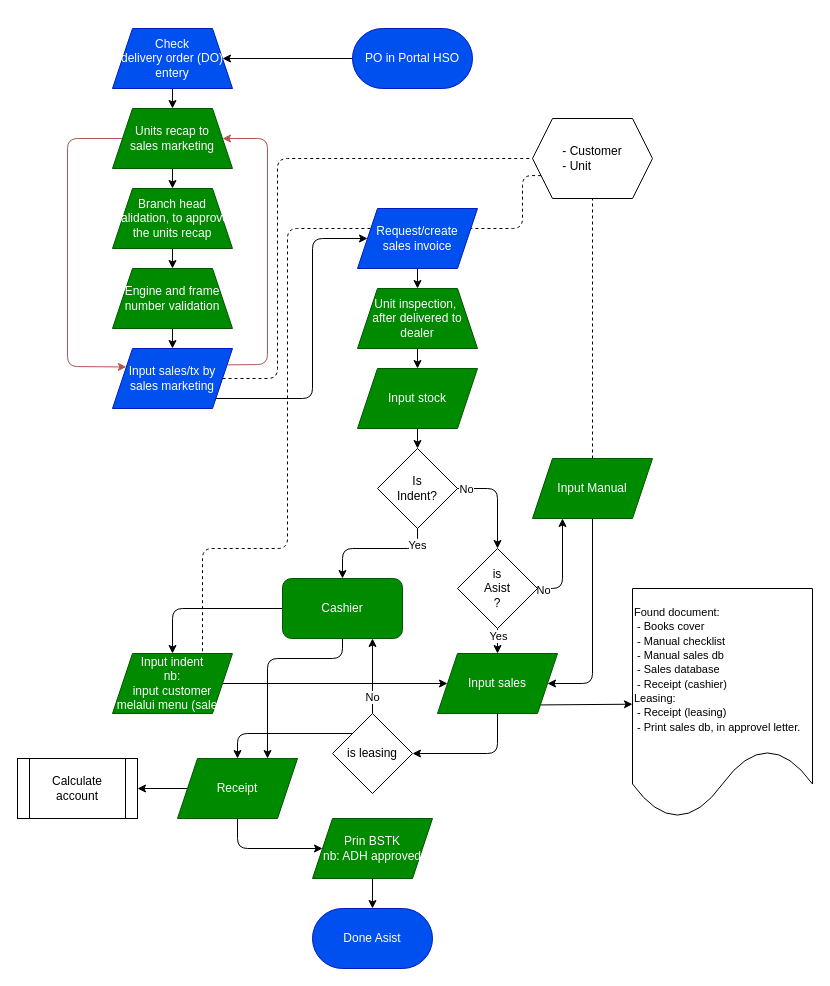
The draw.io diagram page "BSTK" (1 of 3) of flowDiagram.drawio in hondaprimadev/Honda-Prima, before the edit. Source tidied: cells renumbered, new cells numbered last; positions are measured from the earlier drawing's top-left corner, leaving out a move shared by most shapes. Both pictures are drawn from the tidied source at 100%, with x=0, y=0 at pixel (17, 28).
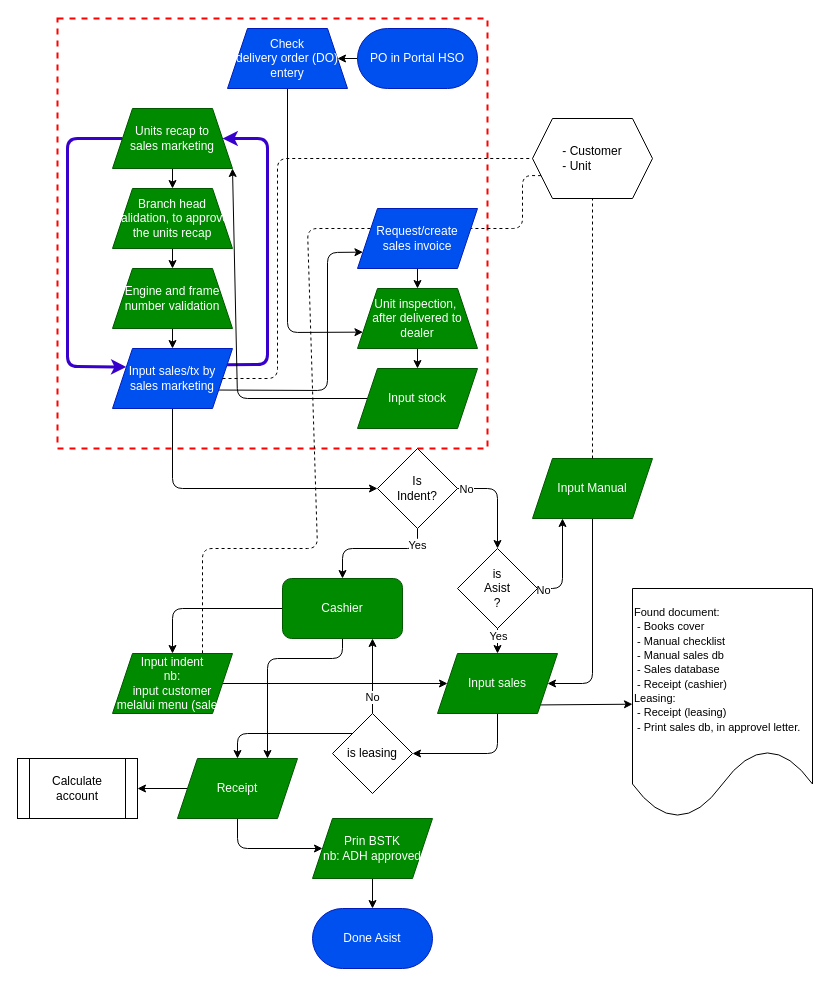
After the change.

Unchanged cells that the change refers to:
```xml
<mxCell id="9" value="Units recap to&lt;br&gt;sales marketing" style="shape=trapezoid;perimeter=trapezoidPerimeter;whiteSpace=wrap;html=1;fixedSize=1;fillColor=#008a00;fontColor=#ffffff;strokeColor=#005700;" parent="1" vertex="1">
  <mxGeometry x="95" y="80" width="120" height="60" as="geometry" />
</mxCell>
<mxCell id="16" value="Input sales/tx by sales marketing" style="shape=parallelogram;perimeter=parallelogramPerimeter;whiteSpace=wrap;html=1;fixedSize=1;fillColor=#0050ef;fontColor=#ffffff;strokeColor=#001DBC;" parent="1" vertex="1">
  <mxGeometry x="95" y="320" width="120" height="60" as="geometry" />
</mxCell>
<mxCell id="18" value="Request/create&lt;br&gt;sales invoice" style="shape=parallelogram;perimeter=parallelogramPerimeter;whiteSpace=wrap;html=1;fixedSize=1;fillColor=#0050ef;fontColor=#ffffff;strokeColor=#001DBC;" parent="1" vertex="1">
  <mxGeometry x="340" y="180" width="120" height="60" as="geometry" />
</mxCell>
<mxCell id="20" value="Unit inspection,&amp;nbsp;&lt;br&gt;after delivered to dealer" style="shape=trapezoid;perimeter=trapezoidPerimeter;whiteSpace=wrap;html=1;fixedSize=1;fillColor=#008a00;strokeColor=#005700;fontColor=#ffffff;" parent="1" vertex="1">
  <mxGeometry x="340" y="260" width="120" height="60" as="geometry" />
</mxCell>
<mxCell id="22" value="Input stock" style="shape=parallelogram;perimeter=parallelogramPerimeter;whiteSpace=wrap;html=1;fixedSize=1;fillColor=#008a00;strokeColor=#005700;fontColor=#ffffff;" parent="1" vertex="1">
  <mxGeometry x="340" y="340" width="120" height="60" as="geometry" />
</mxCell>
<mxCell id="27" value="Is&lt;br&gt;Indent?" style="rhombus;whiteSpace=wrap;html=1;" parent="1" vertex="1">
  <mxGeometry x="360" y="420" width="80" height="80" as="geometry" />
</mxCell>
<mxCell id="31" value="&lt;div&gt;&lt;div style=&quot;text-align: left&quot;&gt;&lt;span&gt;- Customer&lt;/span&gt;&lt;/div&gt;&lt;span&gt;&lt;div style=&quot;text-align: left&quot;&gt;&lt;span&gt;- Unit&lt;/span&gt;&lt;/div&gt;&lt;/span&gt;&lt;/div&gt;" style="shape=hexagon;perimeter=hexagonPerimeter2;whiteSpace=wrap;html=1;fixedSize=1;" parent="1" vertex="1">
  <mxGeometry x="515" y="90" width="120" height="80" as="geometry" />
</mxCell>
<mxCell id="37" value="Input indent&lt;br&gt;nb: &lt;br&gt;input customer&lt;br&gt;melalui menu (sales)" style="shape=parallelogram;perimeter=parallelogramPerimeter;whiteSpace=wrap;html=1;fixedSize=1;fillColor=#008a00;fontColor=#ffffff;strokeColor=#005700;" parent="1" vertex="1">
  <mxGeometry x="95" y="625" width="120" height="60" as="geometry" />
</mxCell>
```

Diff of the diagram source:
```diff
@@
+    <mxCell id="58" style="whiteSpace=wrap;html=1;fillColor=none;dashed=1;strokeColor=#FF0000;strokeWidth=2;" parent="1" vertex="1">
+      <mxGeometry x="40" y="-10" width="430" height="430" as="geometry" />
+    </mxCell>
     <mxCell id="2" style="endArrow=none;html=1;dashed=1;entryX=0.75;entryY=0;entryDx=0;entryDy=0;exitX=0;exitY=0.75;exitDx=0;exitDy=0;" parent="1" edge="1" source="31" target="37">
       <mxGeometry relative="1" as="geometry">
         <Array as="points">
           <mxPoint x="505" y="147" />
           <mxPoint x="505" y="200" />
-          <mxPoint x="270" y="200" />
-          <mxPoint x="270" y="520" />
+          <mxPoint x="290" y="200" />
+          <mxPoint x="300" y="520" />
           <mxPoint x="185" y="520" />
         </Array>
       </mxGeometry>
     </mxCell>
@@
     <mxCell id="4" value="PO in Portal HSO" style="rounded=1;whiteSpace=wrap;html=1;arcSize=50;fillColor=#0050ef;fontColor=#ffffff;strokeColor=#001DBC;" parent="1" vertex="1">
-      <mxGeometry x="335" width="120" height="60" as="geometry" />
+      <mxGeometry x="340" width="120" height="60" as="geometry" />
     </mxCell>
-    <mxCell id="5" style="edgeStyle=none;html=1;" parent="1" edge="1" source="6" target="9">
-      <mxGeometry relative="1" as="geometry" />
+    <mxCell id="5" style="edgeStyle=none;html=1;entryX=0;entryY=0.75;entryDx=0;entryDy=0;" parent="1" edge="1" source="6" target="20">
+      <mxGeometry relative="1" as="geometry">
+        <Array as="points">
+          <mxPoint x="270" y="304" />
+        </Array>
+      </mxGeometry>
     </mxCell>
     <mxCell id="6" value="&lt;span&gt;Check&lt;br&gt;delivery order (DO)&lt;br&gt;entery&lt;/span&gt;" style="shape=trapezoid;perimeter=trapezoidPerimeter;whiteSpace=wrap;html=1;fixedSize=1;fillColor=#0050ef;fontColor=#ffffff;strokeColor=#001DBC;" parent="1" vertex="1">
-      <mxGeometry x="95" width="120" height="60" as="geometry" />
+      <mxGeometry x="210" width="120" height="60" as="geometry" />
     </mxCell>
@@
-    <mxCell id="8" style="edgeStyle=none;html=1;exitX=0;exitY=0.5;exitDx=0;exitDy=0;entryX=0;entryY=0.25;entryDx=0;entryDy=0;fontSize=11;fillColor=#f8cecc;strokeColor=#b85450;" parent="1" edge="1" source="9" target="16">
+    <mxCell id="8" style="edgeStyle=none;html=1;exitX=0;exitY=0.5;exitDx=0;exitDy=0;entryX=0;entryY=0.25;entryDx=0;entryDy=0;fontSize=11;fillColor=#6a00ff;strokeColor=#3700CC;strokeWidth=3;" parent="1" edge="1" source="9" target="16">
       <mxGeometry relative="1" as="geometry">
         <Array as="points">
           <mxPoint x="50" y="110" />
           <mxPoint x="50" y="338" />
         </Array>
       </mxGeometry>
     </mxCell>
@@
-    <mxCell id="14" style="edgeStyle=none;html=1;entryX=0;entryY=0.5;entryDx=0;entryDy=0;" parent="1" edge="1" target="18">
-      <mxGeometry relative="1" as="geometry">
-        <mxPoint x="135" y="370" as="sourcePoint" />
-        <Array as="points">
-          <mxPoint x="295" y="370" />
-          <mxPoint x="295" y="210" />
-        </Array>
-      </mxGeometry>
-    </mxCell>
-    <mxCell id="15" style="edgeStyle=none;html=1;exitX=1;exitY=0.25;exitDx=0;exitDy=0;entryX=1;entryY=0.5;entryDx=0;entryDy=0;fontSize=11;fillColor=#f8cecc;strokeColor=#b85450;" parent="1" edge="1" source="16" target="9">
+    <mxCell id="15" style="edgeStyle=none;html=1;exitX=1;exitY=0.25;exitDx=0;exitDy=0;entryX=1;entryY=0.5;entryDx=0;entryDy=0;fontSize=11;fillColor=#6a00ff;strokeColor=#3700CC;strokeWidth=3;" parent="1" edge="1" source="16" target="9">
       <mxGeometry relative="1" as="geometry">
         <Array as="points">
           <mxPoint x="250" y="336" />
           <mxPoint x="250" y="110" />
         </Array>
       </mxGeometry>
     </mxCell>
+    <mxCell id="59" style="edgeStyle=none;html=1;exitX=0.5;exitY=1;exitDx=0;exitDy=0;entryX=0;entryY=0.5;entryDx=0;entryDy=0;" parent="1" edge="1" source="16" target="27">
+      <mxGeometry relative="1" as="geometry">
+        <Array as="points">
+          <mxPoint x="155" y="460" />
+        </Array>
+      </mxGeometry>
+    </mxCell>
+    <mxCell id="60" style="edgeStyle=none;html=1;exitX=1;exitY=0.75;exitDx=0;exitDy=0;entryX=0;entryY=0.75;entryDx=0;entryDy=0;" parent="1" edge="1" source="16" target="18">
+      <mxGeometry relative="1" as="geometry">
+        <Array as="points">
+          <mxPoint x="310" y="362" />
+          <mxPoint x="310" y="224" />
+        </Array>
+      </mxGeometry>
+    </mxCell>
@@
-    <mxCell id="21" style="edgeStyle=none;html=1;" parent="1" edge="1" source="22" target="27">
-      <mxGeometry relative="1" as="geometry" />
-    </mxCell>
+    <mxCell id="61" style="edgeStyle=none;html=1;exitX=0;exitY=0.5;exitDx=0;exitDy=0;entryX=1;entryY=1;entryDx=0;entryDy=0;" parent="1" edge="1" source="22" target="9">
+      <mxGeometry relative="1" as="geometry">
+        <Array as="points">
+          <mxPoint x="220" y="370" />
+        </Array>
+      </mxGeometry>
+    </mxCell>
```
